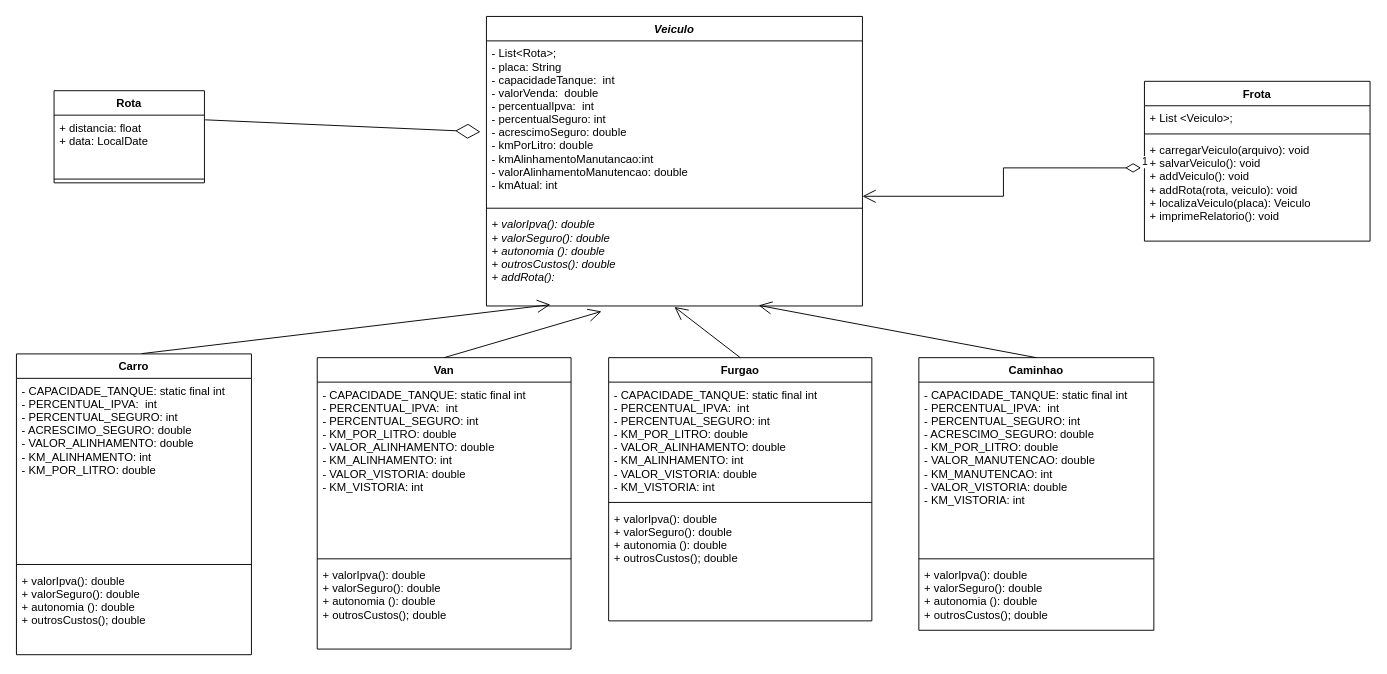
DisciplinasProgramacao/projetos-3-4-5-t-e-a-m keeps this draw.io diagram as docs/diagramas/LPM - Diagrama Projeto 3.drawio. Above is the earlier version. Source tidied: cells renumbered, new cells numbered last; positions are measured from the earlier drawing's top-left corner, leaving out a move shared by most shapes. Both pictures are drawn from the tidied source at 94%, with x=0, y=0 at pixel (16, 16).
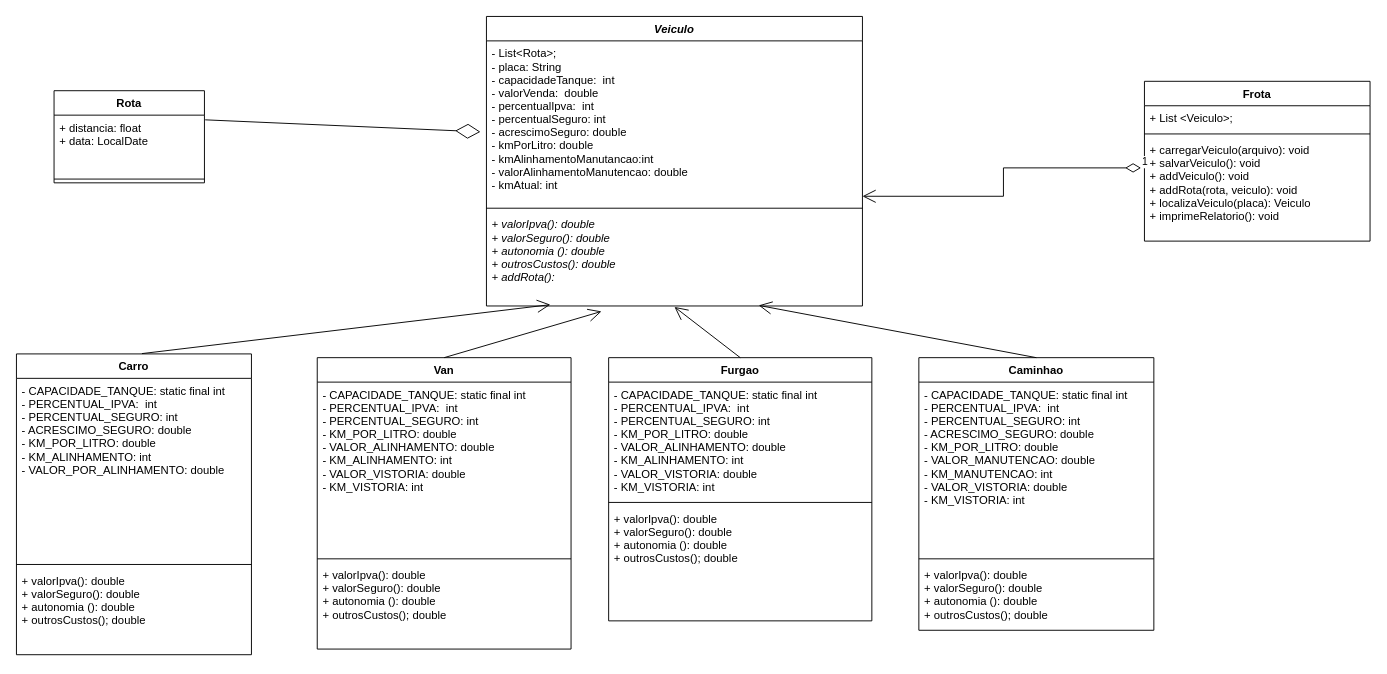
Above is the later version.

The change refers to these unchanged cells:
```xml
<mxCell id="14" value="Carro" style="swimlane;fontStyle=1;align=center;verticalAlign=top;horizontal=1;startSize=26;" parent="1" vertex="1">
  <mxGeometry y="359" width="250" height="320" as="geometry" />
</mxCell>
```

Diff of the diagram source:
```diff
@@
-    <mxCell id="15" value="- CAPACIDADE_TANQUE: static final int&#10;- PERCENTUAL_IPVA:  int&#10;- PERCENTUAL_SEGURO: int&#10;- ACRESCIMO_SEGURO: double&#10;- VALOR_ALINHAMENTO: double&#10;- KM_ALINHAMENTO: int&#10;- KM_POR_LITRO: double" style="text;strokeColor=none;fillColor=none;align=left;verticalAlign=top;spacingLeft=4;spacingRight=4;overflow=hidden;fontStyle=0;" parent="14" vertex="1">
+    <mxCell id="15" value="- CAPACIDADE_TANQUE: static final int&#10;- PERCENTUAL_IPVA:  int&#10;- PERCENTUAL_SEGURO: int&#10;- ACRESCIMO_SEGURO: double&#10;- KM_POR_LITRO: double&#10;- KM_ALINHAMENTO: int&#10;- VALOR_POR_ALINHAMENTO: double&#10;" style="text;strokeColor=none;fillColor=none;align=left;verticalAlign=top;spacingLeft=4;spacingRight=4;overflow=hidden;fontStyle=0;" parent="14" vertex="1">
       <mxGeometry y="26" width="250" height="194" as="geometry" />
     </mxCell>
```
